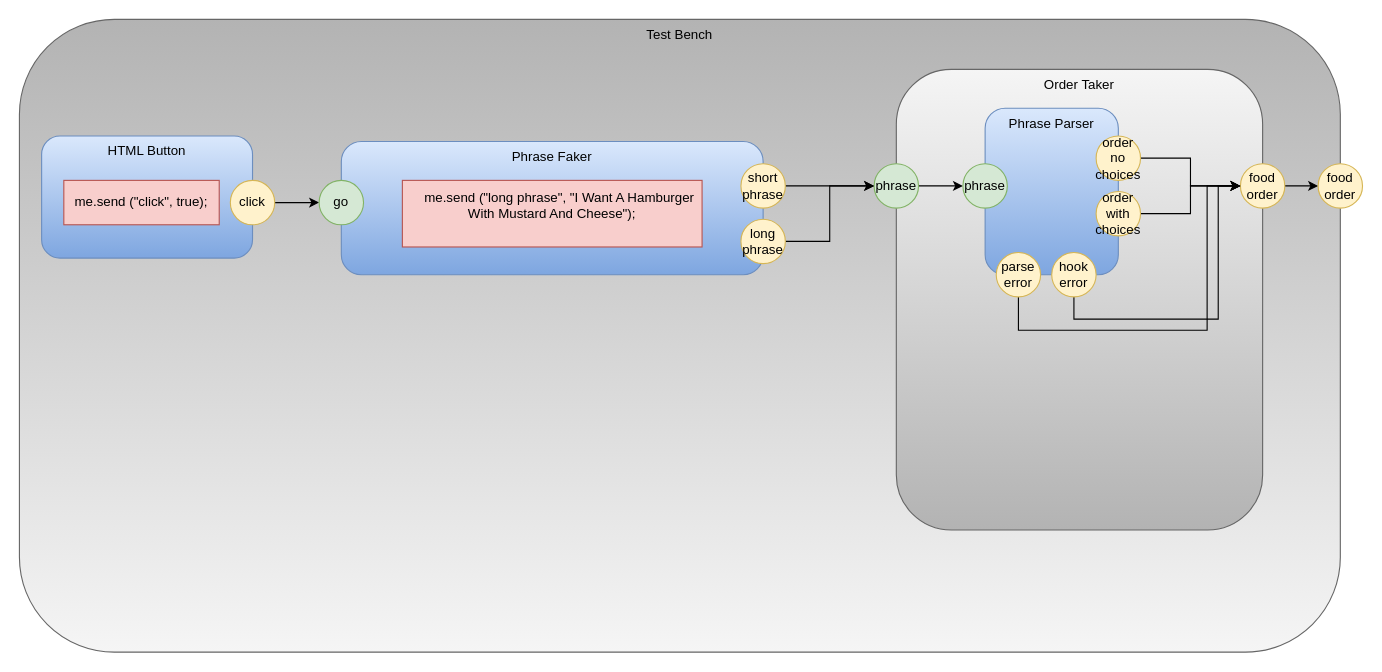
Before: diagram2json/testbench.drawio in guitarvydas/bootstrap2, a draw.io diagram. Source tidied: cells renumbered, new cells numbered last; positions are measured from the earlier drawing's top-left corner, leaving out a move shared by most shapes. Both pictures are drawn from the tidied source at 111%, with x=0, y=0 at pixel (19, 19).
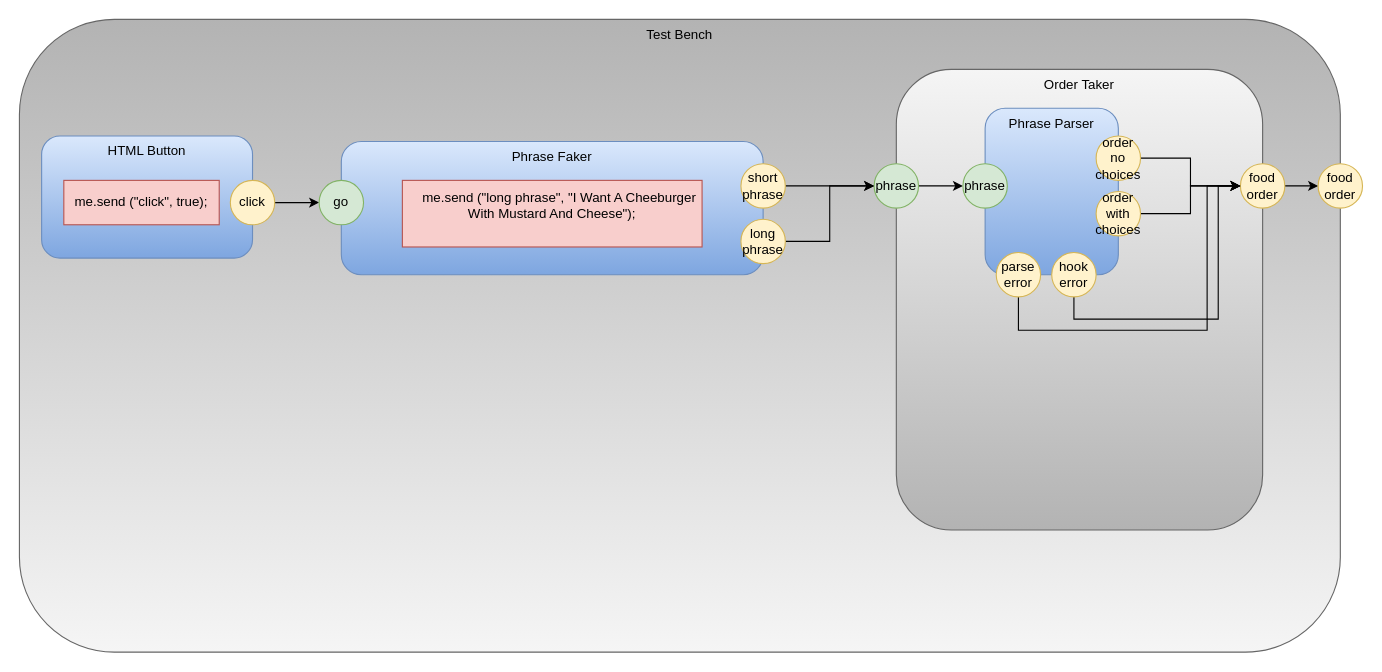
The same diagram, later.

Change to the diagram source:
```diff
@@
-    <mxCell id="29" value="&lt;div&gt;&amp;nbsp; &amp;nbsp; me.send (&quot;long phrase&quot;, &quot;I Want A Hamburger With Mustard And Cheese&quot;);&lt;/div&gt;&lt;div&gt;&lt;br&gt;&lt;/div&gt;" style="rounded=0;whiteSpace=wrap;html=1;fillColor=#f8cecc;strokeColor=#b85450;" parent="1" vertex="1">
+    <mxCell id="29" value="&lt;div&gt;&amp;nbsp; &amp;nbsp; me.send (&quot;long phrase&quot;, &quot;I Want A Cheeburger With Mustard And Cheese&quot;);&lt;/div&gt;&lt;div&gt;&lt;br&gt;&lt;/div&gt;" style="rounded=0;whiteSpace=wrap;html=1;fillColor=#f8cecc;strokeColor=#b85450;" parent="1" vertex="1">
       <mxGeometry x="345" y="145" width="270" height="60" as="geometry" />
     </mxCell>
```
